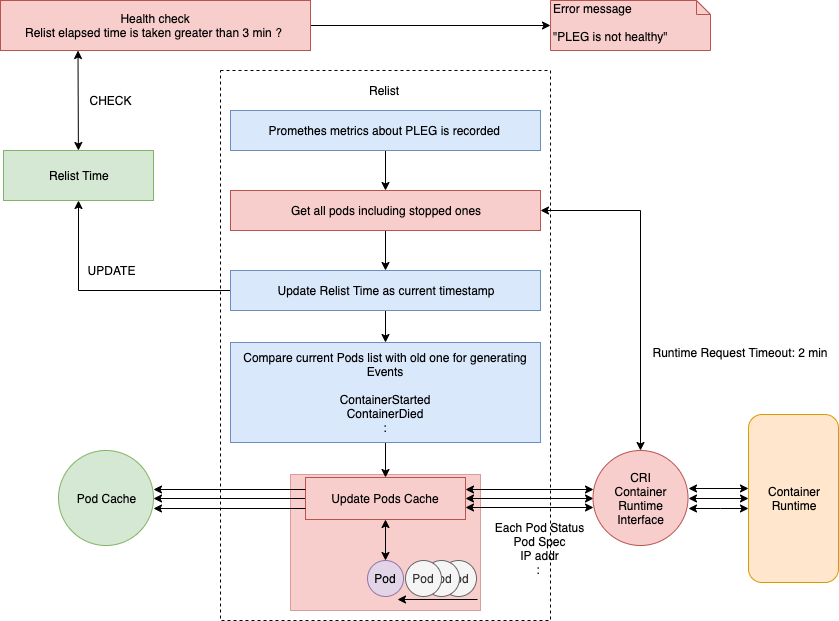
Above: kubernetes/PLEG.png in bysnupy/blog (draw.io), before the change. Source tidied: cells renumbered, new cells last; positions are measured from the earlier drawing's top-left corner, leaving out a move shared by most shapes.
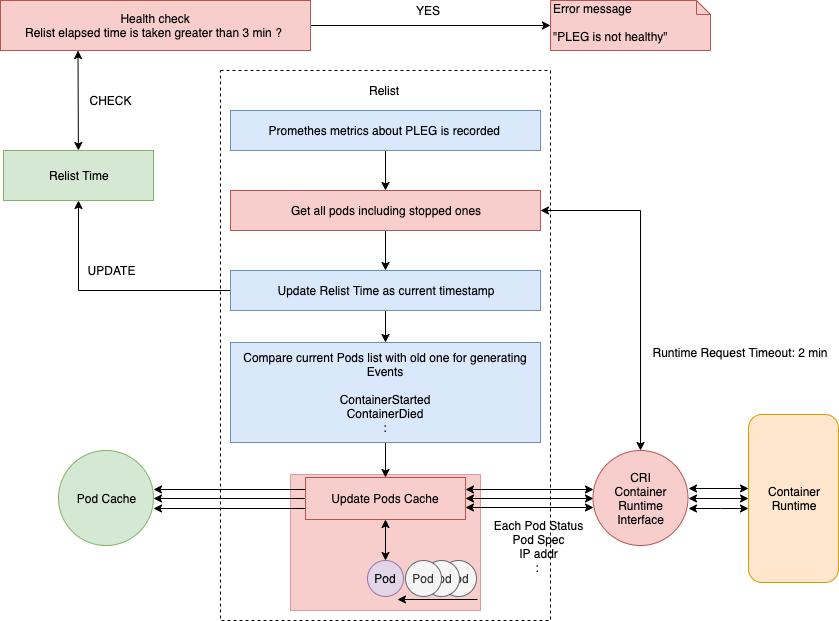
The same diagram one commit later.

What changed in the source:
```diff
@@ -84,7 +84,7 @@
       <mxGeometry x="305" y="477" width="160" height="42" as="geometry" />
     </mxCell>
     <mxCell id="29" value="Each Pod Status&lt;br&gt;Pod Spec&lt;br&gt;IP addr&lt;br&gt;:&amp;nbsp;" style="text;html=1;strokeColor=none;fillColor=none;align=center;verticalAlign=middle;whiteSpace=wrap;rounded=0;" parent="1" vertex="1">
-      <mxGeometry x="483" y="515" width="111" height="65" as="geometry" />
+      <mxGeometry x="481.5" y="513" width="111" height="65" as="geometry" />
     </mxCell>
     <mxCell id="30" value="Runtime Request Timeout: 2 min" style="text;html=1;strokeColor=none;fillColor=none;align=center;verticalAlign=middle;whiteSpace=wrap;rounded=0;" parent="1" vertex="1">
       <mxGeometry x="644" y="342" width="190" height="20" as="geometry" />
@@ -153,5 +153,8 @@
         <mxPoint x="153" y="508" as="targetPoint" />
       </mxGeometry>
     </mxCell>
+    <mxCell id="44" value="YES" style="text;html=1;strokeColor=none;fillColor=none;align=center;verticalAlign=middle;whiteSpace=wrap;rounded=0;" parent="1" vertex="1">
+      <mxGeometry x="407" width="40" height="20" as="geometry" />
+    </mxCell>
   </root>
 </mxGraphModel>
```
